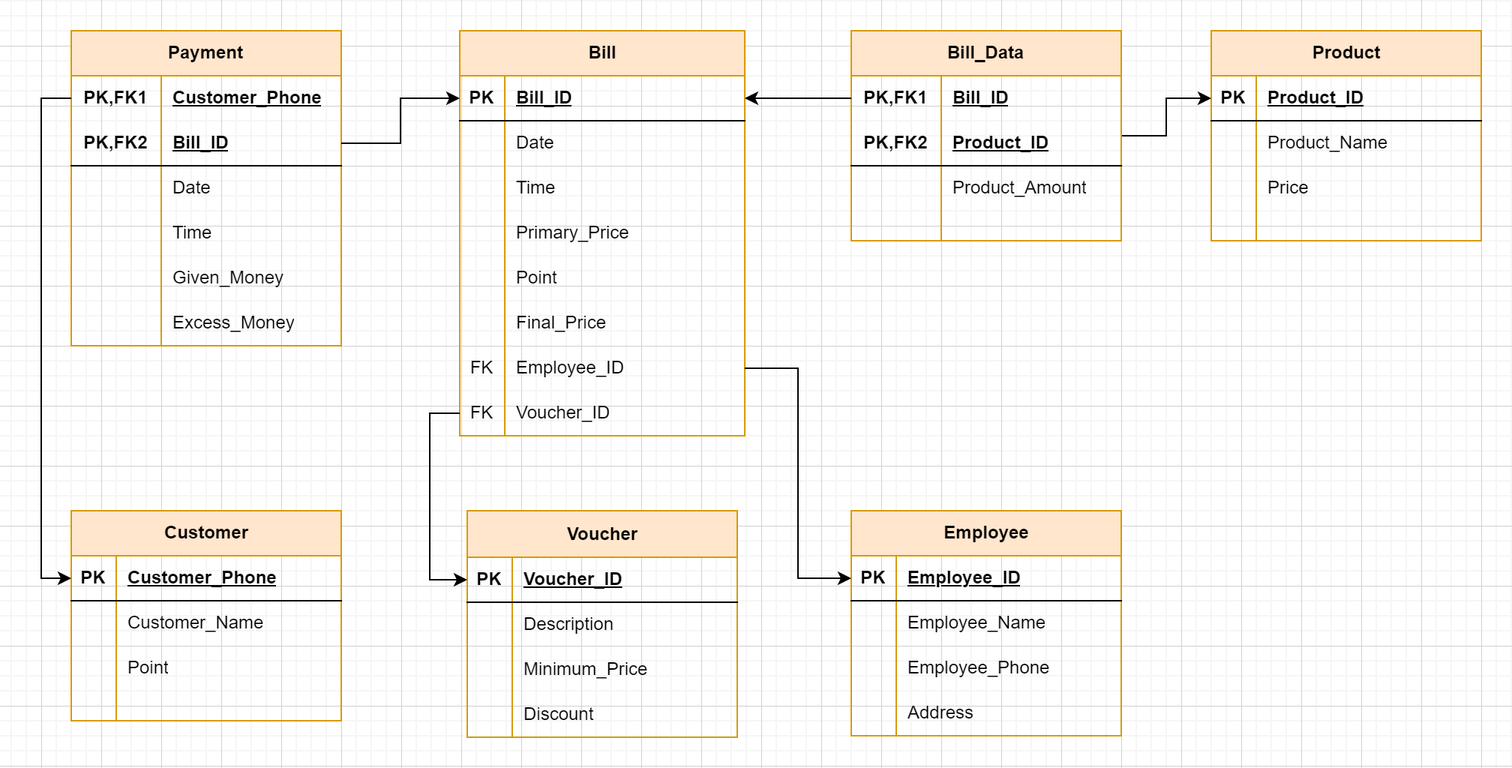
The draw.io diagram Assignment/Relational Model.png in bakaqc/DBI202-Labs_and_Assignment, before a commit. Source tidied: cells renumbered, new cells last; positions are measured from the earlier drawing's top-left corner, leaving out a move shared by most shapes.
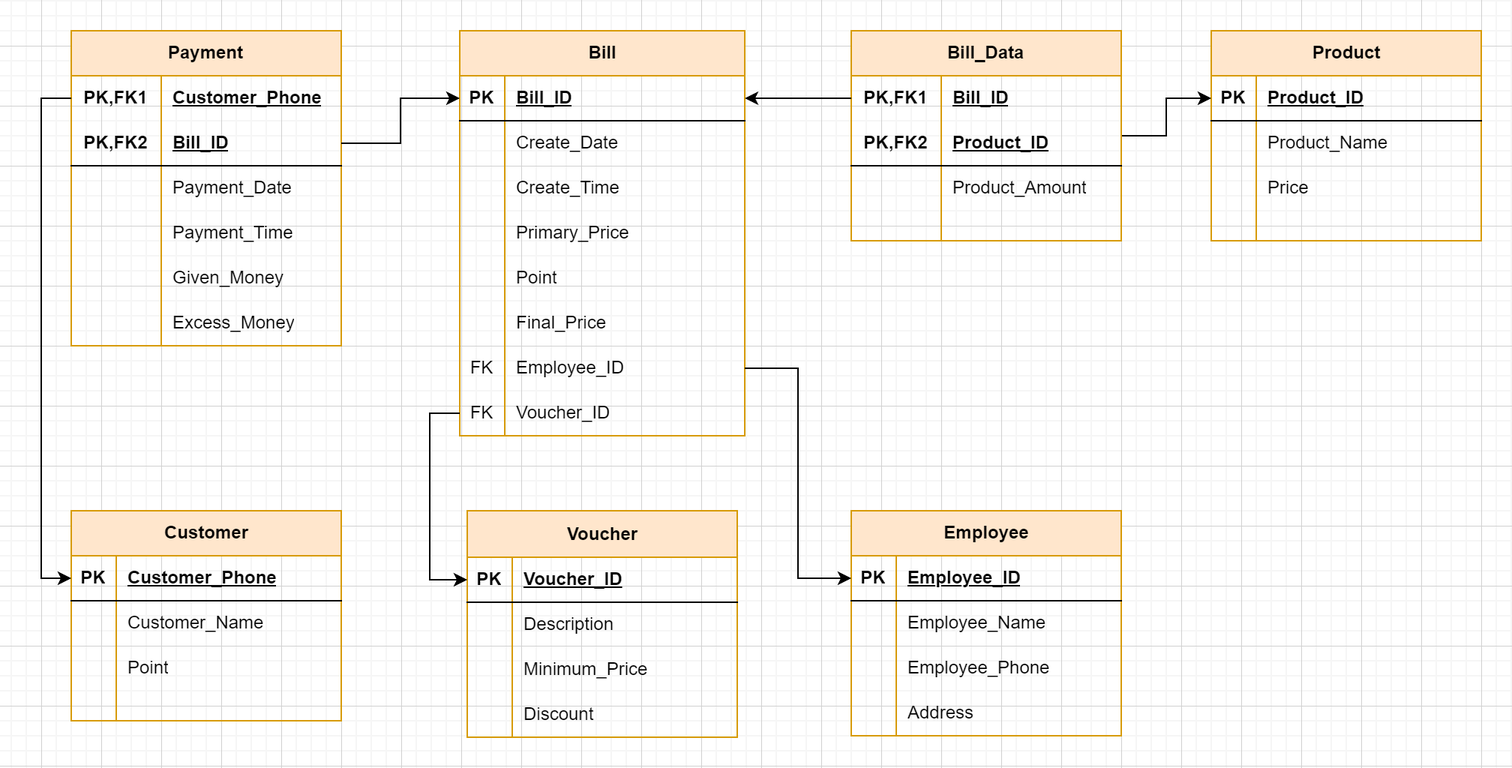
After the change.

Change to the diagram source:
```diff
@@ -20,7 +20,7 @@
     <mxCell id="7" style="shape=partialRectangle;fillColor=none;top=0;left=0;bottom=0;right=0;overflow=hidden;whiteSpace=wrap;html=1;" parent="6" vertex="1">
       <mxGeometry width="30" height="30" as="geometry" />
     </mxCell>
-    <mxCell id="8" value="Date" style="shape=partialRectangle;fillColor=none;top=0;left=0;bottom=0;right=0;align=left;spacingLeft=6;overflow=hidden;whiteSpace=wrap;html=1;" parent="6" vertex="1">
+    <mxCell id="8" value="Create_Date" style="shape=partialRectangle;fillColor=none;top=0;left=0;bottom=0;right=0;align=left;spacingLeft=6;overflow=hidden;whiteSpace=wrap;html=1;" parent="6" vertex="1">
       <mxGeometry x="30" width="160" height="30" as="geometry" />
     </mxCell>
     <mxCell id="9" style="shape=tableRow;horizontal=0;startSize=0;swimlaneHead=0;swimlaneBody=0;fillColor=none;top=0;left=0;right=0;bottom=0;" parent="2" vertex="1">
@@ -29,7 +29,7 @@
     <mxCell id="10" style="shape=partialRectangle;fillColor=none;top=0;left=0;bottom=0;right=0;overflow=hidden;whiteSpace=wrap;html=1;" parent="9" vertex="1">
       <mxGeometry width="30" height="30" as="geometry" />
     </mxCell>
-    <mxCell id="11" value="Time" style="shape=partialRectangle;fillColor=none;top=0;left=0;bottom=0;right=0;align=left;spacingLeft=6;overflow=hidden;whiteSpace=wrap;html=1;" parent="9" vertex="1">
+    <mxCell id="11" value="Create_Time" style="shape=partialRectangle;fillColor=none;top=0;left=0;bottom=0;right=0;align=left;spacingLeft=6;overflow=hidden;whiteSpace=wrap;html=1;" parent="9" vertex="1">
       <mxGeometry x="30" width="160" height="30" as="geometry" />
     </mxCell>
     <mxCell id="12" style="shape=tableRow;horizontal=0;startSize=0;swimlaneHead=0;swimlaneBody=0;fillColor=none;top=0;left=0;right=0;bottom=0;" parent="2" vertex="1">
@@ -260,7 +260,7 @@
     <mxCell id="87" style="shape=partialRectangle;fillColor=none;top=0;left=0;bottom=0;right=0;overflow=hidden;html=1;whiteSpace=wrap;" parent="86" vertex="1">
       <mxGeometry width="60" height="30" as="geometry" />
     </mxCell>
-    <mxCell id="88" value="Date" style="shape=partialRectangle;fillColor=none;top=0;left=0;bottom=0;right=0;align=left;spacingLeft=6;overflow=hidden;html=1;whiteSpace=wrap;" parent="86" vertex="1">
+    <mxCell id="88" value="Payment_Date" style="shape=partialRectangle;fillColor=none;top=0;left=0;bottom=0;right=0;align=left;spacingLeft=6;overflow=hidden;html=1;whiteSpace=wrap;" parent="86" vertex="1">
       <mxGeometry x="60" width="120" height="30" as="geometry" />
     </mxCell>
     <mxCell id="89" style="shape=tableRow;horizontal=0;startSize=0;swimlaneHead=0;swimlaneBody=0;fillColor=none;top=0;left=0;right=0;bottom=0;html=1;" parent="79" vertex="1">
@@ -269,7 +269,7 @@
     <mxCell id="90" style="shape=partialRectangle;fillColor=none;top=0;left=0;bottom=0;right=0;overflow=hidden;html=1;whiteSpace=wrap;" parent="89" vertex="1">
       <mxGeometry width="60" height="30" as="geometry" />
     </mxCell>
-    <mxCell id="91" value="Time" style="shape=partialRectangle;fillColor=none;top=0;left=0;bottom=0;right=0;align=left;spacingLeft=6;overflow=hidden;html=1;whiteSpace=wrap;" parent="89" vertex="1">
+    <mxCell id="91" value="Payment_Time" style="shape=partialRectangle;fillColor=none;top=0;left=0;bottom=0;right=0;align=left;spacingLeft=6;overflow=hidden;html=1;whiteSpace=wrap;" parent="89" vertex="1">
       <mxGeometry x="60" width="120" height="30" as="geometry" />
     </mxCell>
     <mxCell id="92" style="shape=tableRow;horizontal=0;startSize=0;swimlaneHead=0;swimlaneBody=0;fillColor=none;top=0;left=0;right=0;bottom=0;html=1;" parent="79" vertex="1">
```
